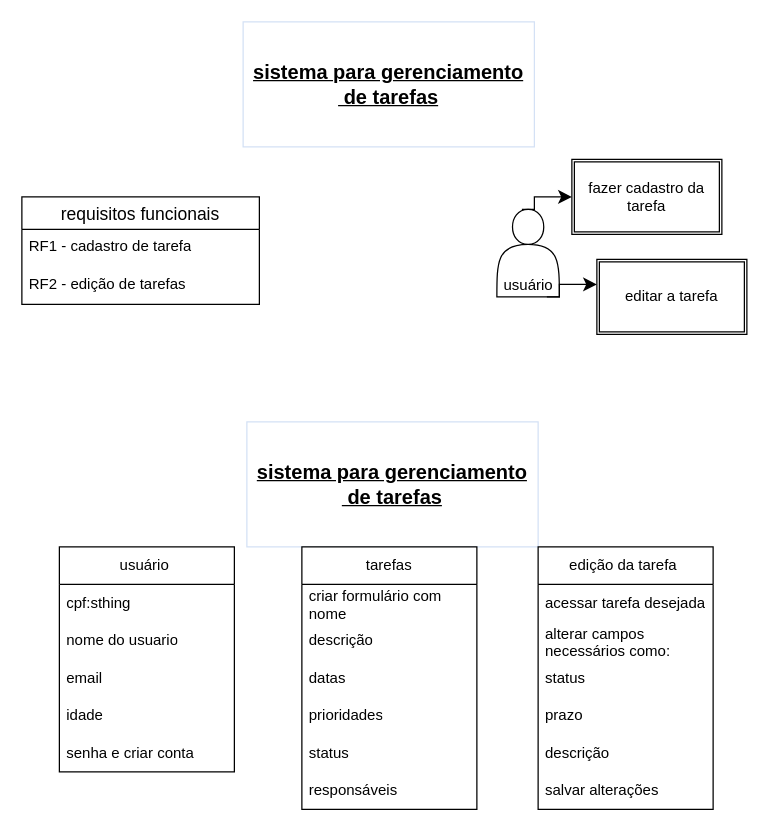
This is page "Página-7" (6 of 7) of diagramanovo.drawio from brenndabhhe/diagramasderequisitos-, a draw.io file, before an edit. Source tidied: cells renumbered, new cells numbered last; positions are measured from the earlier drawing's top-left corner, leaving out a move shared by most shapes. Both pictures are drawn from the tidied source at 125%, with x=0, y=0 at pixel (21, 21).
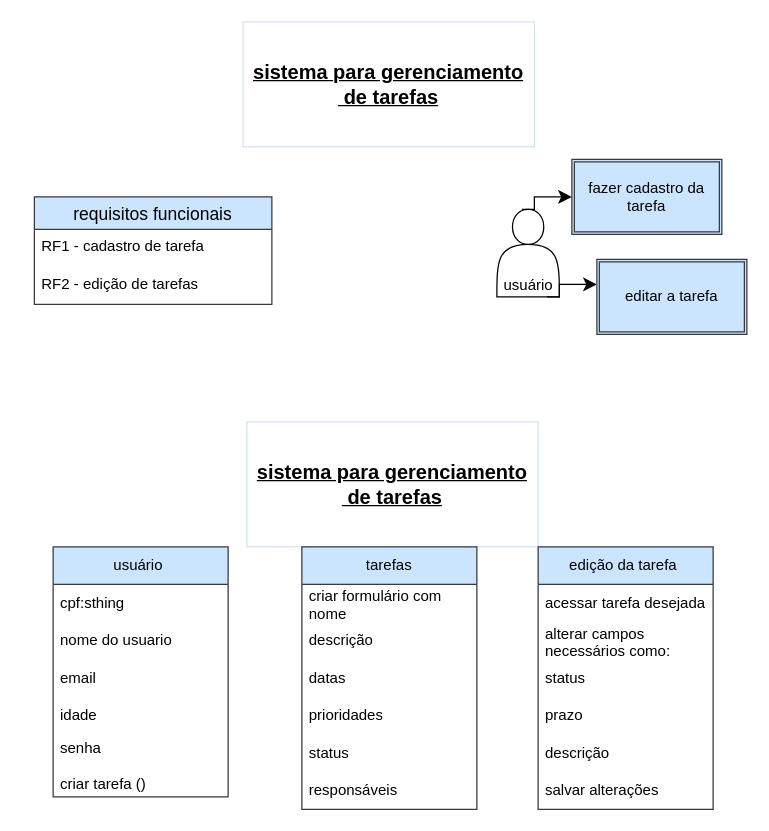
The same page after the edit.

The edit, as a diff of the source:
```diff
@@
-    <mxCell id="3" value="requisitos funcionais" style="swimlane;fontStyle=0;horizontal=1;startSize=26;align=center;fontSize=14;" parent="1" vertex="1">
-      <mxGeometry y="140" width="190" height="86" as="geometry" />
+    <mxCell id="3" value="requisitos funcionais" style="swimlane;fontStyle=0;horizontal=1;startSize=26;align=center;fontSize=14;fillColor=#cce5ff;strokeColor=#36393d;" parent="1" vertex="1">
+      <mxGeometry x="10" y="140" width="190" height="86" as="geometry" />
     </mxCell>
@@
-    <mxCell id="8" value="fazer cadastro da tarefa" style="shape=ext;double=1;rounded=0;whiteSpace=wrap;html=1;" parent="1" vertex="1">
+    <mxCell id="8" value="fazer cadastro da tarefa" style="shape=ext;double=1;rounded=0;whiteSpace=wrap;html=1;fillColor=#cce5ff;strokeColor=#36393d;" parent="1" vertex="1">
       <mxGeometry x="440" y="110" width="120" height="60" as="geometry" />
     </mxCell>
@@
-    <mxCell id="11" value="editar a tarefa" style="shape=ext;double=1;rounded=0;whiteSpace=wrap;html=1;" parent="1" vertex="1">
+    <mxCell id="11" value="editar a tarefa" style="shape=ext;double=1;rounded=0;whiteSpace=wrap;html=1;fillColor=#cce5ff;strokeColor=#36393d;" parent="1" vertex="1">
       <mxGeometry x="460" y="190" width="120" height="60" as="geometry" />
     </mxCell>
@@
-    <mxCell id="13" value="tarefas" style="swimlane;fontStyle=0;horizontal=1;startSize=30;whiteSpace=wrap;html=1;" parent="1" vertex="1">
+    <mxCell id="13" value="tarefas" style="swimlane;fontStyle=0;horizontal=1;startSize=30;whiteSpace=wrap;html=1;fillColor=#cce5ff;strokeColor=#36393d;" parent="1" vertex="1">
       <mxGeometry x="224" y="420" width="140" height="210" as="geometry" />
     </mxCell>
@@
-    <mxCell id="20" value="edição da tarefa&amp;nbsp;" style="swimlane;fontStyle=0;horizontal=1;startSize=30;whiteSpace=wrap;html=1;" parent="1" vertex="1">
+    <mxCell id="20" value="edição da tarefa&amp;nbsp;" style="swimlane;fontStyle=0;horizontal=1;startSize=30;whiteSpace=wrap;html=1;fillColor=#cce5ff;strokeColor=#36393d;" parent="1" vertex="1">
       <mxGeometry x="413" y="420" width="140" height="210" as="geometry" />
     </mxCell>
@@
-    <mxCell id="27" value="usuário&amp;nbsp;" style="swimlane;fontStyle=0;horizontal=1;startSize=30;whiteSpace=wrap;html=1;" parent="1" vertex="1">
-      <mxGeometry x="30" y="420" width="140" height="180" as="geometry" />
+    <mxCell id="27" value="usuário&amp;nbsp;" style="swimlane;fontStyle=0;horizontal=1;startSize=30;whiteSpace=wrap;html=1;fillColor=#cce5ff;strokeColor=#36393d;" parent="1" vertex="1">
+      <mxGeometry x="25" y="420" width="140" height="200" as="geometry" />
     </mxCell>
@@
-    <mxCell id="32" value="senha e criar conta" style="text;strokeColor=none;fillColor=none;align=left;verticalAlign=middle;spacingLeft=4;spacingRight=4;overflow=hidden;whiteSpace=wrap;html=1;" parent="27" vertex="1">
-      <mxGeometry y="150" width="140" height="30" as="geometry" />
+    <mxCell id="32" value="senha&amp;nbsp;&lt;div&gt;&lt;br&gt;&lt;/div&gt;&lt;div&gt;criar tarefa ()&lt;/div&gt;" style="text;strokeColor=none;fillColor=none;align=left;verticalAlign=middle;spacingLeft=4;spacingRight=4;overflow=hidden;whiteSpace=wrap;html=1;" parent="27" vertex="1">
+      <mxGeometry y="150" width="140" height="50" as="geometry" />
     </mxCell>
```
